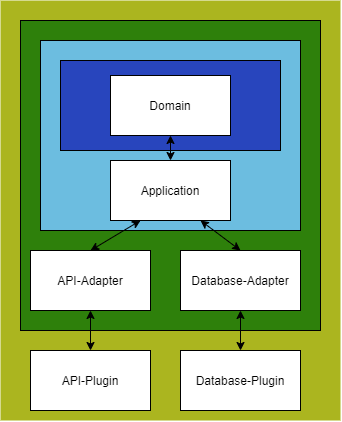
Before: docs/LateX/schichtarchitektur.png, a diagram exported from draw.io (d0mmi/ProgrammentwurfASE). Source tidied: cells renumbered, new cells last; positions are measured from the earlier drawing's top-left corner, leaving out a move shared by most shapes. Its diagram source:
```xml
<mxGraphModel>
  <root>
    <mxCell id="0" />
    <mxCell id="1" parent="0" />
    <mxCell id="2" style="rounded=0;whiteSpace=wrap;html=1;strokeColor=none;fillColor=#ABB51F;" parent="1" vertex="1">
      <mxGeometry width="340" height="420" as="geometry" />
    </mxCell>
    <mxCell id="3" style="rounded=0;whiteSpace=wrap;html=1;fillColor=#2E800B;" parent="1" vertex="1">
      <mxGeometry x="20" y="20" width="300" height="310" as="geometry" />
    </mxCell>
    <mxCell id="4" value="API-Plugin" style="rounded=0;whiteSpace=wrap;html=1;" parent="1" vertex="1">
      <mxGeometry x="30" y="350" width="120" height="60" as="geometry" />
    </mxCell>
    <mxCell id="5" value="Database-Plugin" style="rounded=0;whiteSpace=wrap;html=1;" parent="1" vertex="1">
      <mxGeometry x="180" y="350" width="120" height="60" as="geometry" />
    </mxCell>
    <mxCell id="6" value="API-Adapter" style="rounded=0;whiteSpace=wrap;html=1;" parent="1" vertex="1">
      <mxGeometry x="30" y="250" width="120" height="60" as="geometry" />
    </mxCell>
    <mxCell id="7" value="Database-Adapter" style="rounded=0;whiteSpace=wrap;html=1;" parent="1" vertex="1">
      <mxGeometry x="180" y="250" width="120" height="60" as="geometry" />
    </mxCell>
    <mxCell id="8" style="rounded=0;whiteSpace=wrap;html=1;fillColor=#6CBDE0;" parent="1" vertex="1">
      <mxGeometry x="40" y="40" width="260" height="190" as="geometry" />
    </mxCell>
    <mxCell id="9" style="rounded=0;whiteSpace=wrap;html=1;fillColor=#2845BD;" parent="1" vertex="1">
      <mxGeometry x="60" y="60" width="220" height="90" as="geometry" />
    </mxCell>
    <mxCell id="10" value="Application" style="rounded=0;whiteSpace=wrap;html=1;" parent="1" vertex="1">
      <mxGeometry x="110" y="160" width="120" height="60" as="geometry" />
    </mxCell>
    <mxCell id="11" value="Domain" style="rounded=0;whiteSpace=wrap;html=1;" parent="1" vertex="1">
      <mxGeometry x="110" y="75" width="120" height="60" as="geometry" />
    </mxCell>
    <mxCell id="12" style="endArrow=classic;startArrow=classic;html=1;exitX=0.5;exitY=0;exitDx=0;exitDy=0;entryX=0.5;entryY=1;entryDx=0;entryDy=0;" parent="1" edge="1" source="4" target="6">
      <mxGeometry relative="1" as="geometry" />
    </mxCell>
    <mxCell id="13" style="endArrow=classic;startArrow=classic;html=1;exitX=0.5;exitY=0;exitDx=0;exitDy=0;entryX=0.5;entryY=1;entryDx=0;entryDy=0;" parent="1" edge="1" source="5" target="7">
      <mxGeometry relative="1" as="geometry" />
    </mxCell>
    <mxCell id="14" style="endArrow=classic;startArrow=classic;html=1;exitX=0.5;exitY=0;exitDx=0;exitDy=0;entryX=0.25;entryY=1;entryDx=0;entryDy=0;" parent="1" edge="1" source="6" target="10">
      <mxGeometry relative="1" as="geometry" />
    </mxCell>
    <mxCell id="15" style="endArrow=classic;startArrow=classic;html=1;entryX=0.75;entryY=1;entryDx=0;entryDy=0;exitX=0.5;exitY=0;exitDx=0;exitDy=0;" parent="1" edge="1" source="7" target="10">
      <mxGeometry relative="1" as="geometry" />
    </mxCell>
    <mxCell id="16" style="endArrow=classic;startArrow=classic;html=1;entryX=0.5;entryY=0;entryDx=0;entryDy=0;exitX=0.5;exitY=1;exitDx=0;exitDy=0;" parent="1" edge="1" source="11" target="10">
      <mxGeometry relative="1" as="geometry" />
    </mxCell>
  </root>
</mxGraphModel>
```
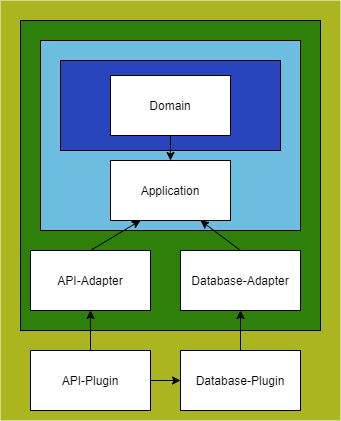
Later version of the same file.

Diff of the diagram source:
```diff
@@ -32,20 +32,23 @@
     <mxCell id="11" value="Domain" style="rounded=0;whiteSpace=wrap;html=1;" parent="1" vertex="1">
       <mxGeometry x="110" y="75" width="120" height="60" as="geometry" />
     </mxCell>
-    <mxCell id="12" style="endArrow=classic;startArrow=classic;html=1;exitX=0.5;exitY=0;exitDx=0;exitDy=0;entryX=0.5;entryY=1;entryDx=0;entryDy=0;" parent="1" edge="1" source="4" target="6">
+    <mxCell id="12" style="endArrow=classic;html=1;exitX=0.5;exitY=0;exitDx=0;exitDy=0;entryX=0.5;entryY=1;entryDx=0;entryDy=0;" parent="1" edge="1" source="4" target="6">
       <mxGeometry relative="1" as="geometry" />
     </mxCell>
-    <mxCell id="13" style="endArrow=classic;startArrow=classic;html=1;exitX=0.5;exitY=0;exitDx=0;exitDy=0;entryX=0.5;entryY=1;entryDx=0;entryDy=0;" parent="1" edge="1" source="5" target="7">
+    <mxCell id="13" style="endArrow=classic;html=1;exitX=0.5;exitY=0;exitDx=0;exitDy=0;entryX=0.5;entryY=1;entryDx=0;entryDy=0;" parent="1" edge="1" source="5" target="7">
       <mxGeometry relative="1" as="geometry" />
     </mxCell>
-    <mxCell id="14" style="endArrow=classic;startArrow=classic;html=1;exitX=0.5;exitY=0;exitDx=0;exitDy=0;entryX=0.25;entryY=1;entryDx=0;entryDy=0;" parent="1" edge="1" source="6" target="10">
+    <mxCell id="14" style="endArrow=classic;html=1;exitX=0.5;exitY=0;exitDx=0;exitDy=0;entryX=0.25;entryY=1;entryDx=0;entryDy=0;" parent="1" edge="1" source="6" target="10">
       <mxGeometry relative="1" as="geometry" />
     </mxCell>
-    <mxCell id="15" style="endArrow=classic;startArrow=classic;html=1;entryX=0.75;entryY=1;entryDx=0;entryDy=0;exitX=0.5;exitY=0;exitDx=0;exitDy=0;" parent="1" edge="1" source="7" target="10">
+    <mxCell id="15" style="endArrow=classic;html=1;entryX=0.75;entryY=1;entryDx=0;entryDy=0;exitX=0.5;exitY=0;exitDx=0;exitDy=0;" parent="1" edge="1" source="7" target="10">
       <mxGeometry relative="1" as="geometry" />
     </mxCell>
-    <mxCell id="16" style="endArrow=classic;startArrow=classic;html=1;entryX=0.5;entryY=0;entryDx=0;entryDy=0;exitX=0.5;exitY=1;exitDx=0;exitDy=0;" parent="1" edge="1" source="11" target="10">
+    <mxCell id="16" style="endArrow=classic;html=1;entryX=0.5;entryY=0;entryDx=0;entryDy=0;exitX=0.5;exitY=1;exitDx=0;exitDy=0;" parent="1" edge="1" source="11" target="10">
       <mxGeometry relative="1" as="geometry" />
     </mxCell>
+    <mxCell id="17" style="endArrow=classic;html=1;exitX=1;exitY=0.5;exitDx=0;exitDy=0;entryX=0;entryY=0.5;entryDx=0;entryDy=0;" parent="1" edge="1" source="4" target="5">
+      <mxGeometry relative="1" as="geometry" />
+    </mxCell>
   </root>
 </mxGraphModel>
```
